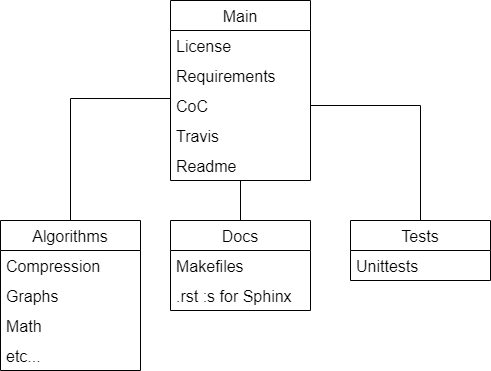
This is overview.png from keon/algorithms, a draw.io export, as it was before one commit. Source tidied: cells renumbered, new cells last; positions are measured from the earlier drawing's top-left corner, leaving out a move shared by most shapes. Its diagram source:
```xml
<mxGraphModel>
  <root>
    <mxCell id="0" />
    <mxCell id="1" parent="0" />
    <mxCell id="2" value="Main" style="swimlane;fontStyle=0;horizontal=1;startSize=30;fontSize=16;" parent="1" vertex="1">
      <mxGeometry x="170" width="140" height="180" as="geometry" />
    </mxCell>
    <mxCell id="3" value="License" style="text;strokeColor=none;fillColor=none;align=left;verticalAlign=middle;spacingLeft=4;spacingRight=4;overflow=hidden;fontSize=16;" parent="2" vertex="1">
      <mxGeometry y="30" width="140" height="30" as="geometry" />
    </mxCell>
    <mxCell id="4" value="Requirements" style="text;strokeColor=none;fillColor=none;align=left;verticalAlign=middle;spacingLeft=4;spacingRight=4;overflow=hidden;fontSize=16;" parent="2" vertex="1">
      <mxGeometry y="60" width="140" height="30" as="geometry" />
    </mxCell>
    <mxCell id="5" value="CoC" style="text;strokeColor=none;fillColor=none;align=left;verticalAlign=middle;spacingLeft=4;spacingRight=4;overflow=hidden;points=[[0,0.5],[1,0.5]];portConstraint=eastwest;fontSize=16;" parent="2" vertex="1">
      <mxGeometry y="90" width="140" height="30" as="geometry" />
    </mxCell>
    <mxCell id="6" value="Travis" style="text;strokeColor=none;fillColor=none;align=left;verticalAlign=middle;spacingLeft=4;spacingRight=4;overflow=hidden;fontSize=16;" parent="2" vertex="1">
      <mxGeometry y="120" width="140" height="30" as="geometry" />
    </mxCell>
    <mxCell id="7" value="Readme" style="text;strokeColor=none;fillColor=none;align=left;verticalAlign=middle;spacingLeft=4;spacingRight=4;overflow=hidden;points=[[0,0.5],[1,0.5]];portConstraint=eastwest;fontSize=16;" parent="2" vertex="1">
      <mxGeometry y="150" width="140" height="30" as="geometry" />
    </mxCell>
    <mxCell id="8" value="Docs" style="swimlane;fontStyle=0;horizontal=1;startSize=30;fontSize=16;" parent="1" vertex="1">
      <mxGeometry x="170" y="220" width="140" height="90" as="geometry" />
    </mxCell>
    <mxCell id="9" value="Makefiles" style="text;strokeColor=none;fillColor=none;align=left;verticalAlign=middle;spacingLeft=4;spacingRight=4;overflow=hidden;fontSize=16;" parent="8" vertex="1">
      <mxGeometry y="30" width="140" height="30" as="geometry" />
    </mxCell>
    <mxCell id="10" value=".rst :s for Sphinx" style="text;strokeColor=none;fillColor=none;align=left;verticalAlign=middle;spacingLeft=4;spacingRight=4;overflow=hidden;fontSize=16;" parent="8" vertex="1">
      <mxGeometry y="60" width="140" height="30" as="geometry" />
    </mxCell>
    <mxCell id="11" value="Tests" style="swimlane;fontStyle=0;horizontal=1;startSize=30;fontSize=16;" parent="1" vertex="1">
      <mxGeometry x="350" y="220" width="140" height="60" as="geometry" />
    </mxCell>
    <mxCell id="12" value="Unittests" style="text;strokeColor=none;fillColor=none;align=left;verticalAlign=middle;spacingLeft=4;spacingRight=4;overflow=hidden;fontSize=16;" parent="11" vertex="1">
      <mxGeometry y="30" width="140" height="30" as="geometry" />
    </mxCell>
    <mxCell id="13" value="Algorithms" style="swimlane;fontStyle=0;horizontal=1;startSize=30;fontSize=16;" parent="1" vertex="1">
      <mxGeometry y="220" width="140" height="150" as="geometry" />
    </mxCell>
    <mxCell id="14" value="Compression" style="text;strokeColor=none;fillColor=none;align=left;verticalAlign=middle;spacingLeft=4;spacingRight=4;overflow=hidden;fontSize=16;" parent="13" vertex="1">
      <mxGeometry y="30" width="140" height="30" as="geometry" />
    </mxCell>
    <mxCell id="15" value="Graphs" style="text;strokeColor=none;fillColor=none;align=left;verticalAlign=middle;spacingLeft=4;spacingRight=4;overflow=hidden;fontSize=16;" parent="13" vertex="1">
      <mxGeometry y="60" width="140" height="30" as="geometry" />
    </mxCell>
    <mxCell id="16" value="Math" style="text;strokeColor=none;fillColor=none;align=left;verticalAlign=middle;spacingLeft=4;spacingRight=4;overflow=hidden;fontSize=16;" parent="13" vertex="1">
      <mxGeometry y="90" width="140" height="30" as="geometry" />
    </mxCell>
    <mxCell id="17" value="etc..." style="text;strokeColor=none;fillColor=none;align=left;verticalAlign=middle;spacingLeft=4;spacingRight=4;overflow=hidden;fontSize=16;" parent="13" vertex="1">
      <mxGeometry y="120" width="140" height="30" as="geometry" />
    </mxCell>
    <mxCell id="18" style="endArrow=none;html=1;rounded=0;fontSize=16;entryX=0;entryY=0.267;entryDx=0;entryDy=0;entryPerimeter=0;exitX=0.5;exitY=0;exitDx=0;exitDy=0;" parent="1" edge="1" source="13" target="5">
      <mxGeometry relative="1" as="geometry">
        <Array as="points">
          <mxPoint x="70" y="98" />
        </Array>
      </mxGeometry>
    </mxCell>
    <mxCell id="19" style="endArrow=none;html=1;rounded=0;fontSize=16;entryX=1;entryY=0.5;entryDx=0;entryDy=0;exitX=0.5;exitY=0;exitDx=0;exitDy=0;" parent="1" edge="1" source="11" target="5">
      <mxGeometry relative="1" as="geometry">
        <Array as="points">
          <mxPoint x="420" y="105" />
        </Array>
      </mxGeometry>
    </mxCell>
    <mxCell id="20" style="endArrow=none;html=1;rounded=0;fontSize=16;exitX=0.5;exitY=0;exitDx=0;exitDy=0;entryX=0.5;entryY=1;entryDx=0;entryDy=0;entryPerimeter=0;" parent="1" edge="1" source="8" target="7">
      <mxGeometry relative="1" as="geometry" />
    </mxCell>
  </root>
</mxGraphModel>
```
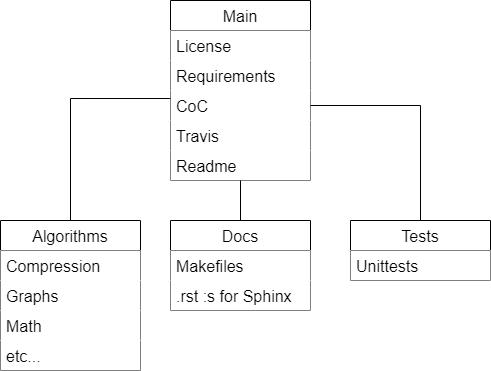
Above is the later version.

Commit message:
Fix: Fixed the background of the overview image. Relates to issue #42

Diff of the diagram source:
```diff
@@ -2,52 +2,52 @@
   <root>
     <mxCell id="0" />
     <mxCell id="1" parent="0" />
-    <mxCell id="2" value="Main" style="swimlane;fontStyle=0;horizontal=1;startSize=30;fontSize=16;" parent="1" vertex="1">
+    <mxCell id="2" value="Main" style="swimlane;fontStyle=0;horizontal=1;startSize=30;fontSize=16;fillColor=#FFFFFF;" parent="1" vertex="1">
       <mxGeometry x="170" width="140" height="180" as="geometry" />
     </mxCell>
-    <mxCell id="3" value="License" style="text;strokeColor=none;fillColor=none;align=left;verticalAlign=middle;spacingLeft=4;spacingRight=4;overflow=hidden;fontSize=16;" parent="2" vertex="1">
+    <mxCell id="3" value="License" style="text;strokeColor=none;fillColor=#FFFFFF;align=left;verticalAlign=middle;spacingLeft=4;spacingRight=4;overflow=hidden;fontSize=16;" parent="2" vertex="1">
       <mxGeometry y="30" width="140" height="30" as="geometry" />
     </mxCell>
-    <mxCell id="4" value="Requirements" style="text;strokeColor=none;fillColor=none;align=left;verticalAlign=middle;spacingLeft=4;spacingRight=4;overflow=hidden;fontSize=16;" parent="2" vertex="1">
+    <mxCell id="4" value="Requirements" style="text;strokeColor=none;fillColor=#FFFFFF;align=left;verticalAlign=middle;spacingLeft=4;spacingRight=4;overflow=hidden;fontSize=16;" parent="2" vertex="1">
       <mxGeometry y="60" width="140" height="30" as="geometry" />
     </mxCell>
-    <mxCell id="5" value="CoC" style="text;strokeColor=none;fillColor=none;align=left;verticalAlign=middle;spacingLeft=4;spacingRight=4;overflow=hidden;points=[[0,0.5],[1,0.5]];portConstraint=eastwest;fontSize=16;" parent="2" vertex="1">
+    <mxCell id="5" value="CoC" style="text;strokeColor=none;fillColor=#FFFFFF;align=left;verticalAlign=middle;spacingLeft=4;spacingRight=4;overflow=hidden;points=[[0,0.5],[1,0.5]];portConstraint=eastwest;fontSize=16;" parent="2" vertex="1">
       <mxGeometry y="90" width="140" height="30" as="geometry" />
     </mxCell>
-    <mxCell id="6" value="Travis" style="text;strokeColor=none;fillColor=none;align=left;verticalAlign=middle;spacingLeft=4;spacingRight=4;overflow=hidden;fontSize=16;" parent="2" vertex="1">
+    <mxCell id="6" value="Travis" style="text;strokeColor=none;fillColor=#FFFFFF;align=left;verticalAlign=middle;spacingLeft=4;spacingRight=4;overflow=hidden;fontSize=16;" parent="2" vertex="1">
       <mxGeometry y="120" width="140" height="30" as="geometry" />
     </mxCell>
-    <mxCell id="7" value="Readme" style="text;strokeColor=none;fillColor=none;align=left;verticalAlign=middle;spacingLeft=4;spacingRight=4;overflow=hidden;points=[[0,0.5],[1,0.5]];portConstraint=eastwest;fontSize=16;" parent="2" vertex="1">
+    <mxCell id="7" value="Readme" style="text;strokeColor=none;fillColor=#FFFFFF;align=left;verticalAlign=middle;spacingLeft=4;spacingRight=4;overflow=hidden;points=[[0,0.5],[1,0.5]];portConstraint=eastwest;fontSize=16;" parent="2" vertex="1">
       <mxGeometry y="150" width="140" height="30" as="geometry" />
     </mxCell>
     <mxCell id="8" value="Docs" style="swimlane;fontStyle=0;horizontal=1;startSize=30;fontSize=16;" parent="1" vertex="1">
       <mxGeometry x="170" y="220" width="140" height="90" as="geometry" />
     </mxCell>
-    <mxCell id="9" value="Makefiles" style="text;strokeColor=none;fillColor=none;align=left;verticalAlign=middle;spacingLeft=4;spacingRight=4;overflow=hidden;fontSize=16;" parent="8" vertex="1">
+    <mxCell id="9" value="Makefiles" style="text;strokeColor=none;fillColor=default;align=left;verticalAlign=middle;spacingLeft=4;spacingRight=4;overflow=hidden;fontSize=16;" parent="8" vertex="1">
       <mxGeometry y="30" width="140" height="30" as="geometry" />
     </mxCell>
-    <mxCell id="10" value=".rst :s for Sphinx" style="text;strokeColor=none;fillColor=none;align=left;verticalAlign=middle;spacingLeft=4;spacingRight=4;overflow=hidden;fontSize=16;" parent="8" vertex="1">
+    <mxCell id="10" value=".rst :s for Sphinx" style="text;strokeColor=none;fillColor=default;align=left;verticalAlign=middle;spacingLeft=4;spacingRight=4;overflow=hidden;fontSize=16;" parent="8" vertex="1">
       <mxGeometry y="60" width="140" height="30" as="geometry" />
     </mxCell>
     <mxCell id="11" value="Tests" style="swimlane;fontStyle=0;horizontal=1;startSize=30;fontSize=16;" parent="1" vertex="1">
       <mxGeometry x="350" y="220" width="140" height="60" as="geometry" />
     </mxCell>
-    <mxCell id="12" value="Unittests" style="text;strokeColor=none;fillColor=none;align=left;verticalAlign=middle;spacingLeft=4;spacingRight=4;overflow=hidden;fontSize=16;" parent="11" vertex="1">
+    <mxCell id="12" value="Unittests" style="text;strokeColor=none;fillColor=default;align=left;verticalAlign=middle;spacingLeft=4;spacingRight=4;overflow=hidden;fontSize=16;" parent="11" vertex="1">
       <mxGeometry y="30" width="140" height="30" as="geometry" />
     </mxCell>
     <mxCell id="13" value="Algorithms" style="swimlane;fontStyle=0;horizontal=1;startSize=30;fontSize=16;" parent="1" vertex="1">
       <mxGeometry y="220" width="140" height="150" as="geometry" />
     </mxCell>
-    <mxCell id="14" value="Compression" style="text;strokeColor=none;fillColor=none;align=left;verticalAlign=middle;spacingLeft=4;spacingRight=4;overflow=hidden;fontSize=16;" parent="13" vertex="1">
+    <mxCell id="14" value="Compression" style="text;strokeColor=none;fillColor=default;align=left;verticalAlign=middle;spacingLeft=4;spacingRight=4;overflow=hidden;fontSize=16;" parent="13" vertex="1">
       <mxGeometry y="30" width="140" height="30" as="geometry" />
     </mxCell>
-    <mxCell id="15" value="Graphs" style="text;strokeColor=none;fillColor=none;align=left;verticalAlign=middle;spacingLeft=4;spacingRight=4;overflow=hidden;fontSize=16;" parent="13" vertex="1">
+    <mxCell id="15" value="Graphs" style="text;strokeColor=none;fillColor=default;align=left;verticalAlign=middle;spacingLeft=4;spacingRight=4;overflow=hidden;fontSize=16;" parent="13" vertex="1">
       <mxGeometry y="60" width="140" height="30" as="geometry" />
     </mxCell>
-    <mxCell id="16" value="Math" style="text;strokeColor=none;fillColor=none;align=left;verticalAlign=middle;spacingLeft=4;spacingRight=4;overflow=hidden;fontSize=16;" parent="13" vertex="1">
+    <mxCell id="16" value="Math" style="text;strokeColor=none;fillColor=default;align=left;verticalAlign=middle;spacingLeft=4;spacingRight=4;overflow=hidden;fontSize=16;" parent="13" vertex="1">
       <mxGeometry y="90" width="140" height="30" as="geometry" />
     </mxCell>
-    <mxCell id="17" value="etc..." style="text;strokeColor=none;fillColor=none;align=left;verticalAlign=middle;spacingLeft=4;spacingRight=4;overflow=hidden;fontSize=16;" parent="13" vertex="1">
+    <mxCell id="17" value="etc..." style="text;strokeColor=none;fillColor=default;align=left;verticalAlign=middle;spacingLeft=4;spacingRight=4;overflow=hidden;fontSize=16;" parent="13" vertex="1">
       <mxGeometry y="120" width="140" height="30" as="geometry" />
     </mxCell>
     <mxCell id="18" style="endArrow=none;html=1;rounded=0;fontSize=16;entryX=0;entryY=0.267;entryDx=0;entryDy=0;entryPerimeter=0;exitX=0.5;exitY=0;exitDx=0;exitDy=0;" parent="1" edge="1" source="13" target="5">
```
